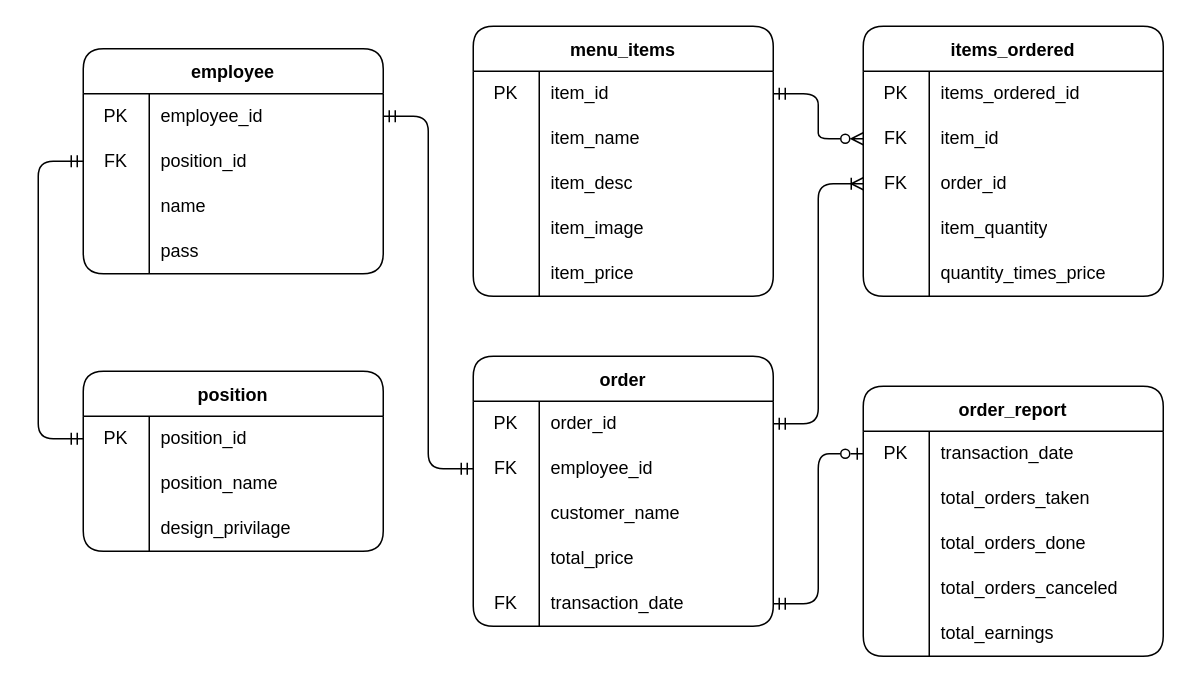
This is DOCS/Diagrams/ERD Diagram.drawio from alexxGmZ/MenuMaApp, a draw.io file, before an edit. Source tidied: cells renumbered, new cells numbered last; positions are measured from the earlier drawing's top-left corner, leaving out a move shared by most shapes. Both pictures are drawn from the tidied source at 150%, with x=0, y=0 at pixel (38, 26).
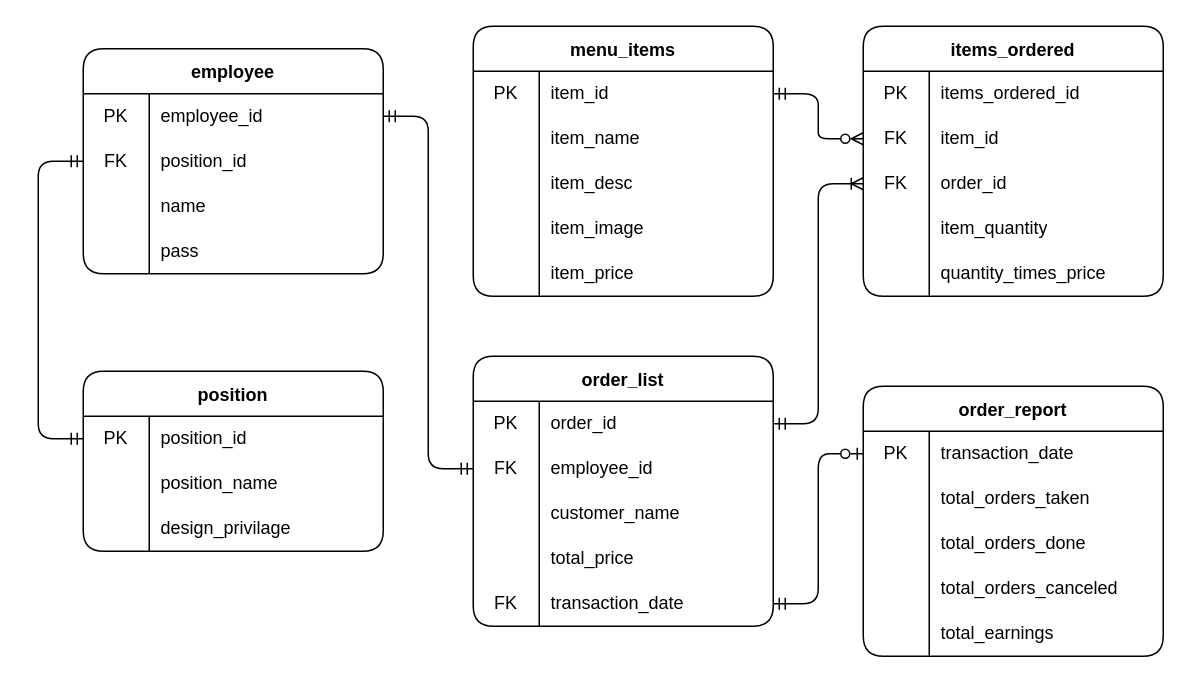
The same page after the edit.

Commit message:
erd: change order to order_list

The edit, as a diff of the source:
```diff
@@
-    <mxCell id="31" value="order" style="shape=table;startSize=30;childLayout=tableLayout;rowLines=0;fontStyle=1;rounded=1;" parent="1" vertex="1">
+    <mxCell id="31" value="order_list" style="shape=table;startSize=30;childLayout=tableLayout;rowLines=0;fontStyle=1;rounded=1;" parent="1" vertex="1">
       <mxGeometry x="290" y="220" width="200" height="180" as="geometry" />
     </mxCell>
```
